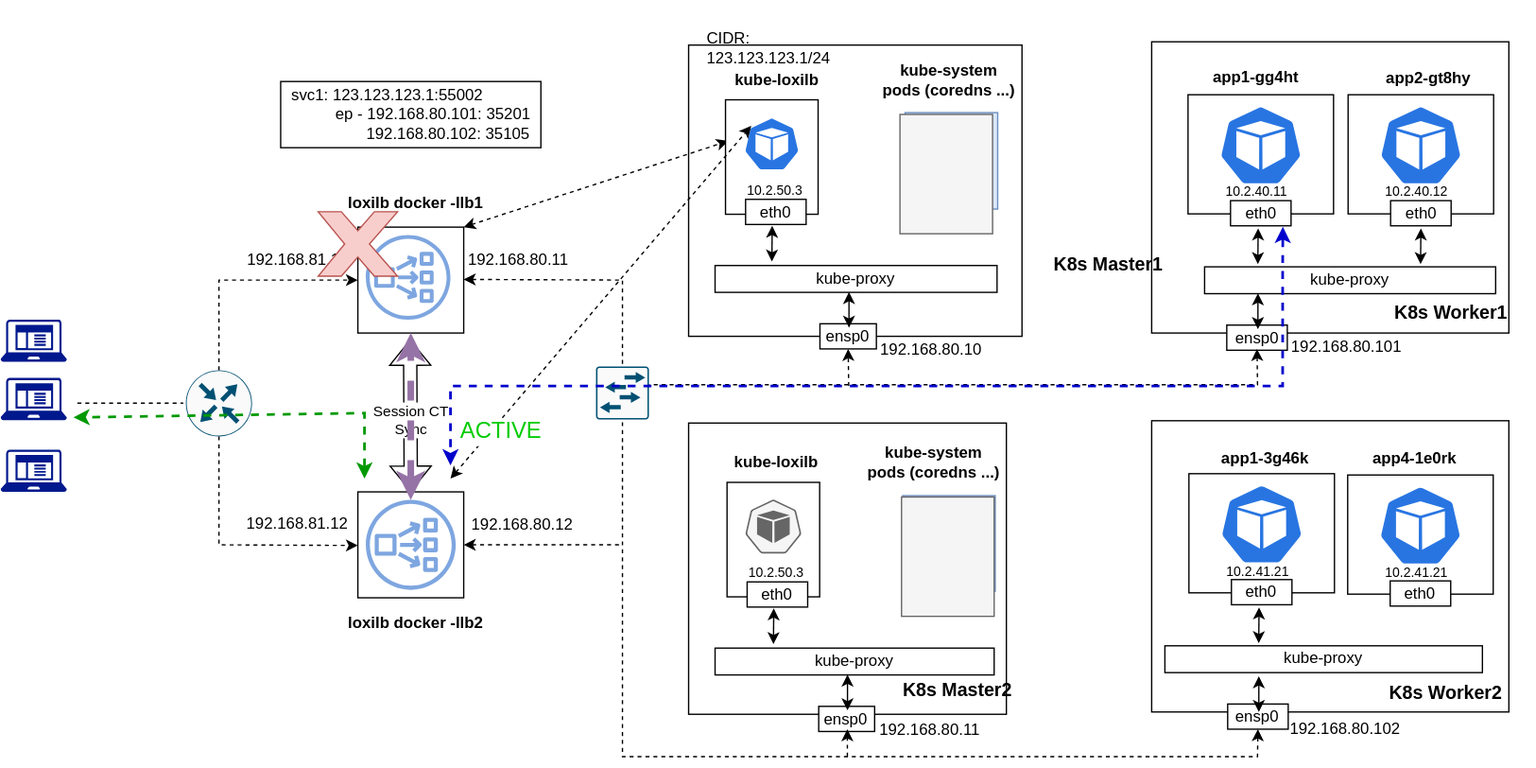
Above: docs/photos/loxilb-k8s-arch-LoxiLB-HA-CT-Sync-2.drawio.svg in loxilb-io/loxilbdocs (draw.io), before the change. Source tidied: cells renumbered, new cells last; positions are measured from the earlier drawing's top-left corner, leaving out a move shared by most shapes.
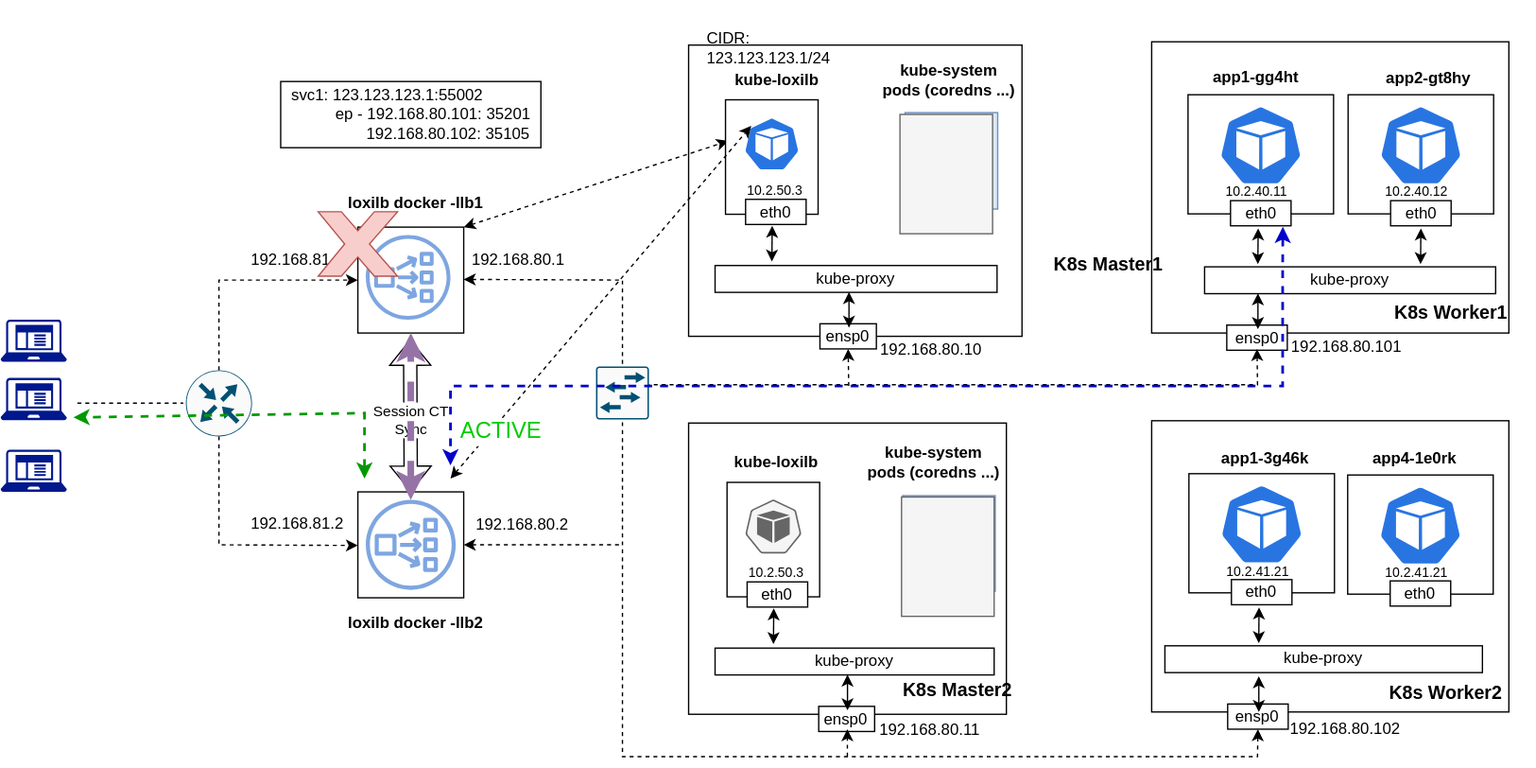
After the commit.

The edit, as a diff of the source:
```diff
@@ -331,10 +331,10 @@
         </Array>
       </mxGeometry>
     </mxCell>
-    <mxCell id="91" value="&lt;font style=&quot;&quot;&gt;&lt;font style=&quot;font-size: 12px;&quot;&gt;192.168.80.11&lt;/font&gt;&lt;br&gt;&lt;/font&gt;" style="text;html=1;strokeColor=none;fillColor=none;align=center;verticalAlign=middle;whiteSpace=wrap;rounded=0;" parent="1" vertex="1">
+    <mxCell id="91" value="&lt;font style=&quot;&quot;&gt;&lt;font style=&quot;font-size: 12px;&quot;&gt;192.168.80.1&lt;/font&gt;&lt;br&gt;&lt;/font&gt;" style="text;html=1;strokeColor=none;fillColor=none;align=center;verticalAlign=middle;whiteSpace=wrap;rounded=0;" parent="1" vertex="1">
       <mxGeometry x="357" y="181" width="69" height="30" as="geometry" />
     </mxCell>
-    <mxCell id="92" value="&lt;font style=&quot;&quot;&gt;&lt;font style=&quot;font-size: 12px;&quot;&gt;192.168.80.12&lt;/font&gt;&lt;br&gt;&lt;/font&gt;" style="text;html=1;strokeColor=none;fillColor=none;align=center;verticalAlign=middle;whiteSpace=wrap;rounded=0;" parent="1" vertex="1">
+    <mxCell id="92" value="&lt;font style=&quot;&quot;&gt;&lt;font style=&quot;font-size: 12px;&quot;&gt;192.168.80.2&lt;/font&gt;&lt;br&gt;&lt;/font&gt;" style="text;html=1;strokeColor=none;fillColor=none;align=center;verticalAlign=middle;whiteSpace=wrap;rounded=0;" parent="1" vertex="1">
       <mxGeometry x="360" y="381.5" width="69" height="30" as="geometry" />
     </mxCell>
     <mxCell id="93" style="endArrow=classic;html=1;rounded=0;exitX=0.5;exitY=0;exitDx=0;exitDy=0;exitPerimeter=0;dashed=1;startArrow=none;startFill=0;endFill=1;" parent="1" edge="1" source="87">
@@ -359,10 +359,10 @@
         <mxPoint x="138" y="304" as="targetPoint" />
       </mxGeometry>
     </mxCell>
-    <mxCell id="96" value="&lt;font style=&quot;&quot;&gt;&lt;font style=&quot;font-size: 12px;&quot;&gt;192.168.81.11&lt;/font&gt;&lt;br&gt;&lt;/font&gt;" style="text;html=1;strokeColor=none;fillColor=none;align=center;verticalAlign=middle;whiteSpace=wrap;rounded=0;" parent="1" vertex="1">
+    <mxCell id="96" value="&lt;font style=&quot;&quot;&gt;&lt;font style=&quot;font-size: 12px;&quot;&gt;192.168.81.1&lt;/font&gt;&lt;br&gt;&lt;/font&gt;" style="text;html=1;strokeColor=none;fillColor=none;align=center;verticalAlign=middle;whiteSpace=wrap;rounded=0;" parent="1" vertex="1">
       <mxGeometry x="190" y="181" width="69" height="30" as="geometry" />
     </mxCell>
-    <mxCell id="97" value="&lt;font style=&quot;&quot;&gt;&lt;font style=&quot;font-size: 12px;&quot;&gt;192.168.81.12&lt;/font&gt;&lt;br&gt;&lt;/font&gt;" style="text;html=1;strokeColor=none;fillColor=none;align=center;verticalAlign=middle;whiteSpace=wrap;rounded=0;" parent="1" vertex="1">
+    <mxCell id="97" value="&lt;font style=&quot;&quot;&gt;&lt;font style=&quot;font-size: 12px;&quot;&gt;192.168.81.2&lt;/font&gt;&lt;br&gt;&lt;/font&gt;" style="text;html=1;strokeColor=none;fillColor=none;align=center;verticalAlign=middle;whiteSpace=wrap;rounded=0;" parent="1" vertex="1">
       <mxGeometry x="190" y="380.5" width="69" height="30" as="geometry" />
     </mxCell>
     <mxCell id="98" style="endArrow=classic;html=1;rounded=0;dashed=1;startArrow=classic;startFill=1;endFill=1;" parent="1" edge="1">
```
